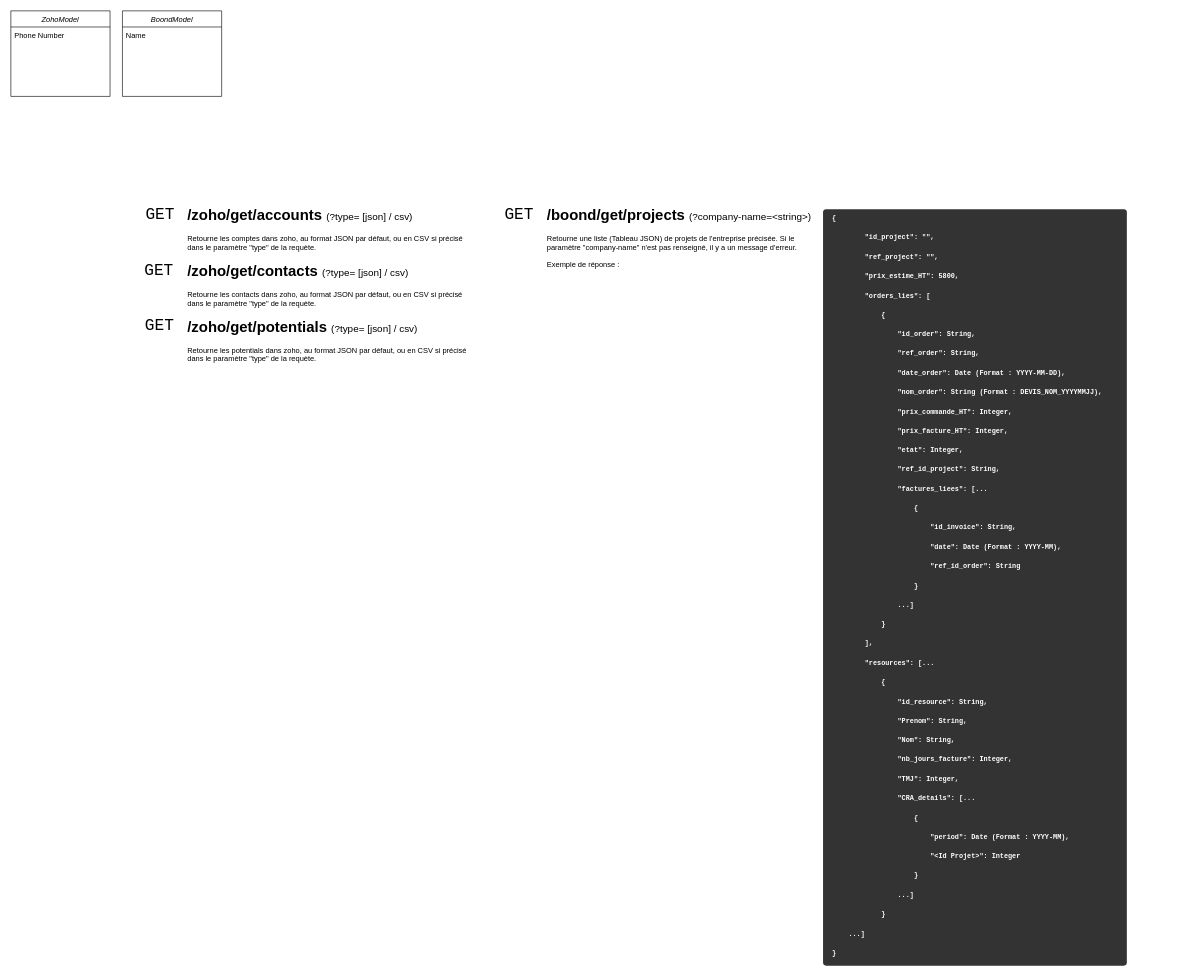
Earlier version of the draw.io diagram Untitled Diagram.drawio (the-next-dimitri/documentation-ROBI). Source tidied: cells renumbered, new cells numbered last; positions are measured from the earlier drawing's top-left corner, leaving out a move shared by most shapes. Both pictures are drawn from the tidied source at 62%, with x=0, y=0 at pixel (11, 11).
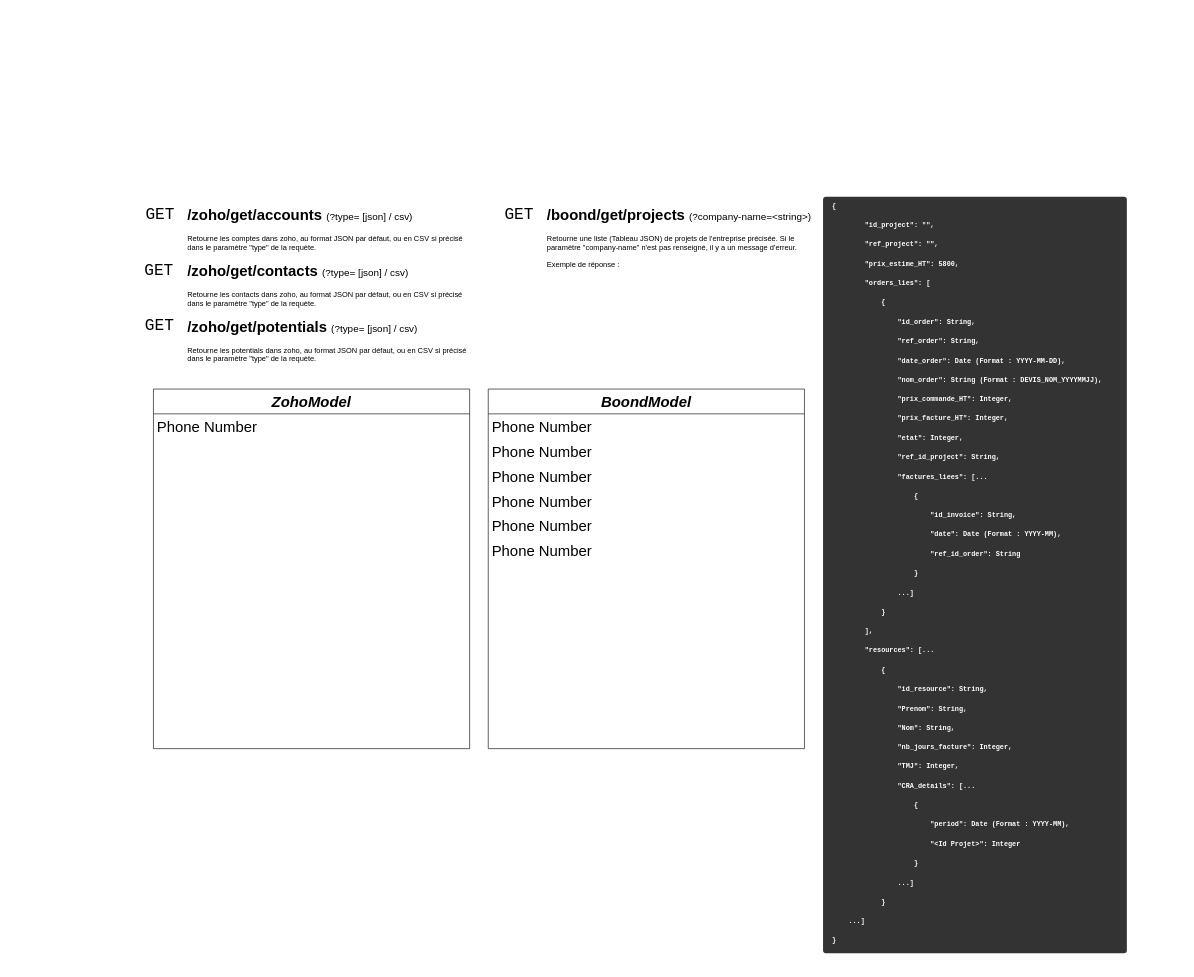
The same diagram, later.

What changed in the source:
```diff
@@
-    <mxCell id="2" value="ZohoModel" style="swimlane;fontStyle=2;align=center;verticalAlign=top;horizontal=1;startSize=26;rounded=0;shadow=0;strokeWidth=1;" parent="1" vertex="1">
-      <mxGeometry width="160" height="138" as="geometry" />
+    <mxCell id="2" value="ZohoModel" style="swimlane;fontStyle=3;align=center;verticalAlign=top;horizontal=1;startSize=40;rounded=0;shadow=0;strokeWidth=1;fontSize=24;" parent="1" vertex="1">
+      <mxGeometry x="230" y="610" width="510" height="580" as="geometry" />
     </mxCell>
-    <mxCell id="3" value="Phone Number" style="text;align=left;verticalAlign=top;spacingLeft=4;spacingRight=4;overflow=hidden;rounded=0;shadow=0;html=0;" parent="2" vertex="1">
-      <mxGeometry y="26" width="160" height="26" as="geometry" />
+    <mxCell id="3" value="Phone Number" style="text;align=left;verticalAlign=top;spacingLeft=4;spacingRight=4;overflow=hidden;rounded=0;shadow=0;html=0;fontSize=24;" parent="2" vertex="1">
+      <mxGeometry y="40" width="510" height="40" as="geometry" />
     </mxCell>
-    <mxCell id="4" value="BoondModel" style="swimlane;fontStyle=2;align=center;verticalAlign=top;horizontal=1;startSize=26;rounded=0;shadow=0;strokeWidth=1;" parent="1" vertex="1">
-      <mxGeometry x="180" width="160" height="138" as="geometry" />
-    </mxCell>
-    <mxCell id="5" value="Name" style="text;align=left;verticalAlign=top;spacingLeft=4;spacingRight=4;overflow=hidden;" parent="4" vertex="1">
-      <mxGeometry y="26" width="160" height="26" as="geometry" />
-    </mxCell>
@@
+    <mxCell id="4" value="BoondModel" style="swimlane;fontStyle=3;align=center;verticalAlign=top;horizontal=1;startSize=40;rounded=0;shadow=0;strokeWidth=1;fontSize=24;" parent="1" vertex="1">
+      <mxGeometry x="770" y="610" width="510" height="580" as="geometry" />
+    </mxCell>
+    <mxCell id="16" value="Phone Number" style="text;align=left;verticalAlign=top;spacingLeft=4;spacingRight=4;overflow=hidden;rounded=0;shadow=0;html=0;fontSize=24;" parent="4" vertex="1">
+      <mxGeometry y="40" width="510" height="40" as="geometry" />
+    </mxCell>
+    <mxCell id="17" value="Phone Number" style="text;align=left;verticalAlign=top;spacingLeft=4;spacingRight=4;overflow=hidden;rounded=0;shadow=0;html=0;fontSize=24;" parent="4" vertex="1">
+      <mxGeometry y="80" width="510" height="40" as="geometry" />
+    </mxCell>
+    <mxCell id="18" value="Phone Number" style="text;align=left;verticalAlign=top;spacingLeft=4;spacingRight=4;overflow=hidden;rounded=0;shadow=0;html=0;fontSize=24;" parent="4" vertex="1">
+      <mxGeometry y="120" width="510" height="40" as="geometry" />
+    </mxCell>
+    <mxCell id="19" value="Phone Number" style="text;align=left;verticalAlign=top;spacingLeft=4;spacingRight=4;overflow=hidden;rounded=0;shadow=0;html=0;fontSize=24;" parent="4" vertex="1">
+      <mxGeometry y="160" width="510" height="40" as="geometry" />
+    </mxCell>
+    <mxCell id="20" value="Phone Number" style="text;align=left;verticalAlign=top;spacingLeft=4;spacingRight=4;overflow=hidden;rounded=0;shadow=0;html=0;fontSize=24;" parent="4" vertex="1">
+      <mxGeometry y="200" width="510" height="40" as="geometry" />
+    </mxCell>
+    <mxCell id="21" value="Phone Number" style="text;align=left;verticalAlign=top;spacingLeft=4;spacingRight=4;overflow=hidden;rounded=0;shadow=0;html=0;fontSize=24;" parent="4" vertex="1">
+      <mxGeometry y="240" width="510" height="40" as="geometry" />
+    </mxCell>
+    <mxCell id="22" style="group;" parent="1" vertex="1">
+      <mxGeometry x="1310" y="280" width="580" height="1240" as="geometry" />
+    </mxCell>
-    <mxCell id="14" style="rounded=1;whiteSpace=wrap;html=1;labelBackgroundColor=#B3B3B3;fontFamily=Courier New;fontSize=11;fontColor=#B3B3B3;labelBorderColor=default;fillColor=#333333;strokeColor=none;gradientColor=none;arcSize=1;" parent="1" vertex="1">
-      <mxGeometry x="1310" y="320" width="490" height="1220" as="geometry" />
+    <mxCell id="14" style="rounded=1;whiteSpace=wrap;html=1;labelBackgroundColor=#B3B3B3;fontFamily=Courier New;fontSize=11;fontColor=#B3B3B3;labelBorderColor=default;fillColor=#333333;strokeColor=none;gradientColor=none;arcSize=1;" parent="22" vertex="1">
+      <mxGeometry y="20" width="490" height="1220" as="geometry" />
     </mxCell>
-    <mxCell id="15" value="&lt;pre&gt;&lt;font face=&quot;Courier New&quot; style=&quot;font-size: 11px ; line-height: 0.5&quot; color=&quot;#ffffff&quot;&gt;{&lt;br&gt;&amp;nbsp; &amp;nbsp; &amp;nbsp; &amp;nbsp; &quot;id_project&quot;: &quot;&quot;,&lt;br&gt;&amp;nbsp; &amp;nbsp; &amp;nbsp; &amp;nbsp; &quot;ref_project&quot;: &quot;&quot;,&lt;br&gt;&amp;nbsp; &amp;nbsp; &amp;nbsp; &amp;nbsp; &quot;prix_estime_HT&quot;: 5800,&lt;br&gt;&amp;nbsp; &amp;nbsp; &amp;nbsp; &amp;nbsp; &quot;orders_lies&quot;: [&lt;br&gt;&amp;nbsp; &amp;nbsp; &amp;nbsp; &amp;nbsp; &amp;nbsp; &amp;nbsp; {&lt;br&gt;&amp;nbsp; &amp;nbsp; &amp;nbsp; &amp;nbsp; &amp;nbsp; &amp;nbsp; &amp;nbsp; &amp;nbsp; &quot;id_order&quot;: String,&lt;br&gt;&amp;nbsp; &amp;nbsp; &amp;nbsp; &amp;nbsp; &amp;nbsp; &amp;nbsp; &amp;nbsp; &amp;nbsp; &quot;ref_order&quot;: String,&lt;br&gt;&amp;nbsp; &amp;nbsp; &amp;nbsp; &amp;nbsp; &amp;nbsp; &amp;nbsp; &amp;nbsp; &amp;nbsp; &quot;date_order&quot;: Date (Format : YYYY-MM-DD),&lt;br&gt;&amp;nbsp; &amp;nbsp; &amp;nbsp; &amp;nbsp; &amp;nbsp; &amp;nbsp; &amp;nbsp; &amp;nbsp; &quot;nom_order&quot;: String (Format : DEVIS_NOM_YYYYMMJJ),&lt;br&gt;&amp;nbsp; &amp;nbsp; &amp;nbsp; &amp;nbsp; &amp;nbsp; &amp;nbsp; &amp;nbsp; &amp;nbsp; &quot;prix_commande_HT&quot;: Integer,&lt;br&gt;&amp;nbsp; &amp;nbsp; &amp;nbsp; &amp;nbsp; &amp;nbsp; &amp;nbsp; &amp;nbsp; &amp;nbsp; &quot;prix_facture_HT&quot;: Integer,&lt;br&gt;&amp;nbsp; &amp;nbsp; &amp;nbsp; &amp;nbsp; &amp;nbsp; &amp;nbsp; &amp;nbsp; &amp;nbsp; &quot;etat&quot;: Integer,&lt;br&gt;&amp;nbsp; &amp;nbsp; &amp;nbsp; &amp;nbsp; &amp;nbsp; &amp;nbsp; &amp;nbsp; &amp;nbsp; &quot;ref_id_project&quot;: String,&lt;br&gt;&amp;nbsp; &amp;nbsp; &amp;nbsp; &amp;nbsp; &amp;nbsp; &amp;nbsp; &amp;nbsp; &amp;nbsp; &quot;factures_liees&quot;: [...&lt;br&gt;&amp;nbsp; &amp;nbsp; &amp;nbsp; &amp;nbsp; &amp;nbsp; &amp;nbsp; &amp;nbsp; &amp;nbsp; &amp;nbsp; &amp;nbsp; {&lt;br&gt;&amp;nbsp; &amp;nbsp; &amp;nbsp; &amp;nbsp; &amp;nbsp; &amp;nbsp; &amp;nbsp; &amp;nbsp; &amp;nbsp; &amp;nbsp; &amp;nbsp; &amp;nbsp; &quot;id_invoice&quot;: String,&lt;br&gt;&amp;nbsp; &amp;nbsp; &amp;nbsp; &amp;nbsp; &amp;nbsp; &amp;nbsp; &amp;nbsp; &amp;nbsp; &amp;nbsp; &amp;nbsp; &amp;nbsp; &amp;nbsp; &quot;date&quot;: Date (Format : YYYY-MM),&lt;br&gt;&amp;nbsp; &amp;nbsp; &amp;nbsp; &amp;nbsp; &amp;nbsp; &amp;nbsp; &amp;nbsp; &amp;nbsp; &amp;nbsp; &amp;nbsp; &amp;nbsp; &amp;nbsp; &quot;ref_id_order&quot;: String&lt;br&gt;&amp;nbsp; &amp;nbsp; &amp;nbsp; &amp;nbsp; &amp;nbsp; &amp;nbsp; &amp;nbsp; &amp;nbsp; &amp;nbsp; &amp;nbsp; }&lt;br&gt;&amp;nbsp; &amp;nbsp; &amp;nbsp; &amp;nbsp; &amp;nbsp; &amp;nbsp; &amp;nbsp; &amp;nbsp; ...]&lt;br&gt;&amp;nbsp; &amp;nbsp; &amp;nbsp; &amp;nbsp; &amp;nbsp; &amp;nbsp; }&lt;br&gt;&amp;nbsp; &amp;nbsp; &amp;nbsp; &amp;nbsp; ],&lt;br&gt;&amp;nbsp; &amp;nbsp; &amp;nbsp; &amp;nbsp; &quot;resources&quot;: [...&lt;br&gt;&amp;nbsp; &amp;nbsp; &amp;nbsp; &amp;nbsp; &amp;nbsp; &amp;nbsp; {&lt;br&gt;&amp;nbsp; &amp;nbsp; &amp;nbsp; &amp;nbsp; &amp;nbsp; &amp;nbsp; &amp;nbsp; &amp;nbsp; &quot;id_resource&quot;: String,&lt;br&gt;&amp;nbsp; &amp;nbsp; &amp;nbsp; &amp;nbsp; &amp;nbsp; &amp;nbsp; &amp;nbsp; &amp;nbsp; &quot;Prenom&quot;: String,&lt;br&gt;&amp;nbsp; &amp;nbsp; &amp;nbsp; &amp;nbsp; &amp;nbsp; &amp;nbsp; &amp;nbsp; &amp;nbsp; &quot;Nom&quot;: String,&lt;br&gt;&amp;nbsp; &amp;nbsp; &amp;nbsp; &amp;nbsp; &amp;nbsp; &amp;nbsp; &amp;nbsp; &amp;nbsp; &quot;nb_jours_facture&quot;: Integer,&lt;br&gt;&amp;nbsp; &amp;nbsp; &amp;nbsp; &amp;nbsp; &amp;nbsp; &amp;nbsp; &amp;nbsp; &amp;nbsp; &quot;TMJ&quot;: Integer,&lt;br&gt;&amp;nbsp; &amp;nbsp; &amp;nbsp; &amp;nbsp; &amp;nbsp; &amp;nbsp; &amp;nbsp; &amp;nbsp; &quot;CRA_details&quot;: [...&lt;br&gt;&amp;nbsp; &amp;nbsp; &amp;nbsp; &amp;nbsp; &amp;nbsp; &amp;nbsp; &amp;nbsp; &amp;nbsp; &amp;nbsp; &amp;nbsp; {&lt;br&gt;&amp;nbsp; &amp;nbsp; &amp;nbsp; &amp;nbsp; &amp;nbsp; &amp;nbsp; &amp;nbsp; &amp;nbsp; &amp;nbsp; &amp;nbsp; &amp;nbsp; &amp;nbsp; &quot;period&quot;: Date (Format : YYYY-MM),&lt;br&gt;&amp;nbsp; &amp;nbsp; &amp;nbsp; &amp;nbsp; &amp;nbsp; &amp;nbsp; &amp;nbsp; &amp;nbsp; &amp;nbsp; &amp;nbsp; &amp;nbsp; &amp;nbsp; &quot;&amp;lt;Id Projet&amp;gt;&quot;: Integer&lt;br&gt;&amp;nbsp; &amp;nbsp; &amp;nbsp; &amp;nbsp; &amp;nbsp; &amp;nbsp; &amp;nbsp; &amp;nbsp; &amp;nbsp; &amp;nbsp; }&lt;br&gt;&amp;nbsp; &amp;nbsp; &amp;nbsp; &amp;nbsp; &amp;nbsp; &amp;nbsp; &amp;nbsp; &amp;nbsp; ...]&lt;br&gt;&amp;nbsp; &amp;nbsp; &amp;nbsp; &amp;nbsp; &amp;nbsp; &amp;nbsp; }&lt;br&gt;&amp;nbsp; &amp;nbsp; ...]&lt;br&gt;}&lt;/font&gt;&lt;/pre&gt;" style="text;html=1;strokeColor=none;fillColor=none;spacing=5;spacingTop=-20;whiteSpace=wrap;overflow=hidden;rounded=0;fontSize=26;labelBackgroundColor=none;fontStyle=1;" parent="1" vertex="1">
-      <mxGeometry x="1320" y="300" width="570" height="1240" as="geometry" />
+    <mxCell id="15" value="&lt;pre&gt;&lt;font face=&quot;Courier New&quot; style=&quot;font-size: 11px ; line-height: 0.5&quot; color=&quot;#ffffff&quot;&gt;{&lt;br&gt;&amp;nbsp; &amp;nbsp; &amp;nbsp; &amp;nbsp; &quot;id_project&quot;: &quot;&quot;,&lt;br&gt;&amp;nbsp; &amp;nbsp; &amp;nbsp; &amp;nbsp; &quot;ref_project&quot;: &quot;&quot;,&lt;br&gt;&amp;nbsp; &amp;nbsp; &amp;nbsp; &amp;nbsp; &quot;prix_estime_HT&quot;: 5800,&lt;br&gt;&amp;nbsp; &amp;nbsp; &amp;nbsp; &amp;nbsp; &quot;orders_lies&quot;: [&lt;br&gt;&amp;nbsp; &amp;nbsp; &amp;nbsp; &amp;nbsp; &amp;nbsp; &amp;nbsp; {&lt;br&gt;&amp;nbsp; &amp;nbsp; &amp;nbsp; &amp;nbsp; &amp;nbsp; &amp;nbsp; &amp;nbsp; &amp;nbsp; &quot;id_order&quot;: String,&lt;br&gt;&amp;nbsp; &amp;nbsp; &amp;nbsp; &amp;nbsp; &amp;nbsp; &amp;nbsp; &amp;nbsp; &amp;nbsp; &quot;ref_order&quot;: String,&lt;br&gt;&amp;nbsp; &amp;nbsp; &amp;nbsp; &amp;nbsp; &amp;nbsp; &amp;nbsp; &amp;nbsp; &amp;nbsp; &quot;date_order&quot;: Date (Format : YYYY-MM-DD),&lt;br&gt;&amp;nbsp; &amp;nbsp; &amp;nbsp; &amp;nbsp; &amp;nbsp; &amp;nbsp; &amp;nbsp; &amp;nbsp; &quot;nom_order&quot;: String (Format : DEVIS_NOM_YYYYMMJJ),&lt;br&gt;&amp;nbsp; &amp;nbsp; &amp;nbsp; &amp;nbsp; &amp;nbsp; &amp;nbsp; &amp;nbsp; &amp;nbsp; &quot;prix_commande_HT&quot;: Integer,&lt;br&gt;&amp;nbsp; &amp;nbsp; &amp;nbsp; &amp;nbsp; &amp;nbsp; &amp;nbsp; &amp;nbsp; &amp;nbsp; &quot;prix_facture_HT&quot;: Integer,&lt;br&gt;&amp;nbsp; &amp;nbsp; &amp;nbsp; &amp;nbsp; &amp;nbsp; &amp;nbsp; &amp;nbsp; &amp;nbsp; &quot;etat&quot;: Integer,&lt;br&gt;&amp;nbsp; &amp;nbsp; &amp;nbsp; &amp;nbsp; &amp;nbsp; &amp;nbsp; &amp;nbsp; &amp;nbsp; &quot;ref_id_project&quot;: String,&lt;br&gt;&amp;nbsp; &amp;nbsp; &amp;nbsp; &amp;nbsp; &amp;nbsp; &amp;nbsp; &amp;nbsp; &amp;nbsp; &quot;factures_liees&quot;: [...&lt;br&gt;&amp;nbsp; &amp;nbsp; &amp;nbsp; &amp;nbsp; &amp;nbsp; &amp;nbsp; &amp;nbsp; &amp;nbsp; &amp;nbsp; &amp;nbsp; {&lt;br&gt;&amp;nbsp; &amp;nbsp; &amp;nbsp; &amp;nbsp; &amp;nbsp; &amp;nbsp; &amp;nbsp; &amp;nbsp; &amp;nbsp; &amp;nbsp; &amp;nbsp; &amp;nbsp; &quot;id_invoice&quot;: String,&lt;br&gt;&amp;nbsp; &amp;nbsp; &amp;nbsp; &amp;nbsp; &amp;nbsp; &amp;nbsp; &amp;nbsp; &amp;nbsp; &amp;nbsp; &amp;nbsp; &amp;nbsp; &amp;nbsp; &quot;date&quot;: Date (Format : YYYY-MM),&lt;br&gt;&amp;nbsp; &amp;nbsp; &amp;nbsp; &amp;nbsp; &amp;nbsp; &amp;nbsp; &amp;nbsp; &amp;nbsp; &amp;nbsp; &amp;nbsp; &amp;nbsp; &amp;nbsp; &quot;ref_id_order&quot;: String&lt;br&gt;&amp;nbsp; &amp;nbsp; &amp;nbsp; &amp;nbsp; &amp;nbsp; &amp;nbsp; &amp;nbsp; &amp;nbsp; &amp;nbsp; &amp;nbsp; }&lt;br&gt;&amp;nbsp; &amp;nbsp; &amp;nbsp; &amp;nbsp; &amp;nbsp; &amp;nbsp; &amp;nbsp; &amp;nbsp; ...]&lt;br&gt;&amp;nbsp; &amp;nbsp; &amp;nbsp; &amp;nbsp; &amp;nbsp; &amp;nbsp; }&lt;br&gt;&amp;nbsp; &amp;nbsp; &amp;nbsp; &amp;nbsp; ],&lt;br&gt;&amp;nbsp; &amp;nbsp; &amp;nbsp; &amp;nbsp; &quot;resources&quot;: [...&lt;br&gt;&amp;nbsp; &amp;nbsp; &amp;nbsp; &amp;nbsp; &amp;nbsp; &amp;nbsp; {&lt;br&gt;&amp;nbsp; &amp;nbsp; &amp;nbsp; &amp;nbsp; &amp;nbsp; &amp;nbsp; &amp;nbsp; &amp;nbsp; &quot;id_resource&quot;: String,&lt;br&gt;&amp;nbsp; &amp;nbsp; &amp;nbsp; &amp;nbsp; &amp;nbsp; &amp;nbsp; &amp;nbsp; &amp;nbsp; &quot;Prenom&quot;: String,&lt;br&gt;&amp;nbsp; &amp;nbsp; &amp;nbsp; &amp;nbsp; &amp;nbsp; &amp;nbsp; &amp;nbsp; &amp;nbsp; &quot;Nom&quot;: String,&lt;br&gt;&amp;nbsp; &amp;nbsp; &amp;nbsp; &amp;nbsp; &amp;nbsp; &amp;nbsp; &amp;nbsp; &amp;nbsp; &quot;nb_jours_facture&quot;: Integer,&lt;br&gt;&amp;nbsp; &amp;nbsp; &amp;nbsp; &amp;nbsp; &amp;nbsp; &amp;nbsp; &amp;nbsp; &amp;nbsp; &quot;TMJ&quot;: Integer,&lt;br&gt;&amp;nbsp; &amp;nbsp; &amp;nbsp; &amp;nbsp; &amp;nbsp; &amp;nbsp; &amp;nbsp; &amp;nbsp; &quot;CRA_details&quot;: [...&lt;br&gt;&amp;nbsp; &amp;nbsp; &amp;nbsp; &amp;nbsp; &amp;nbsp; &amp;nbsp; &amp;nbsp; &amp;nbsp; &amp;nbsp; &amp;nbsp; {&lt;br&gt;&amp;nbsp; &amp;nbsp; &amp;nbsp; &amp;nbsp; &amp;nbsp; &amp;nbsp; &amp;nbsp; &amp;nbsp; &amp;nbsp; &amp;nbsp; &amp;nbsp; &amp;nbsp; &quot;period&quot;: Date (Format : YYYY-MM),&lt;br&gt;&amp;nbsp; &amp;nbsp; &amp;nbsp; &amp;nbsp; &amp;nbsp; &amp;nbsp; &amp;nbsp; &amp;nbsp; &amp;nbsp; &amp;nbsp; &amp;nbsp; &amp;nbsp; &quot;&amp;lt;Id Projet&amp;gt;&quot;: Integer&lt;br&gt;&amp;nbsp; &amp;nbsp; &amp;nbsp; &amp;nbsp; &amp;nbsp; &amp;nbsp; &amp;nbsp; &amp;nbsp; &amp;nbsp; &amp;nbsp; }&lt;br&gt;&amp;nbsp; &amp;nbsp; &amp;nbsp; &amp;nbsp; &amp;nbsp; &amp;nbsp; &amp;nbsp; &amp;nbsp; ...]&lt;br&gt;&amp;nbsp; &amp;nbsp; &amp;nbsp; &amp;nbsp; &amp;nbsp; &amp;nbsp; }&lt;br&gt;&amp;nbsp; &amp;nbsp; ...]&lt;br&gt;}&lt;/font&gt;&lt;/pre&gt;" style="text;html=1;strokeColor=none;fillColor=none;spacing=5;spacingTop=-20;whiteSpace=wrap;overflow=hidden;rounded=0;fontSize=26;labelBackgroundColor=none;fontStyle=1;" parent="22" vertex="1">
+      <mxGeometry x="10" width="570" height="1240" as="geometry" />
     </mxCell>
```
